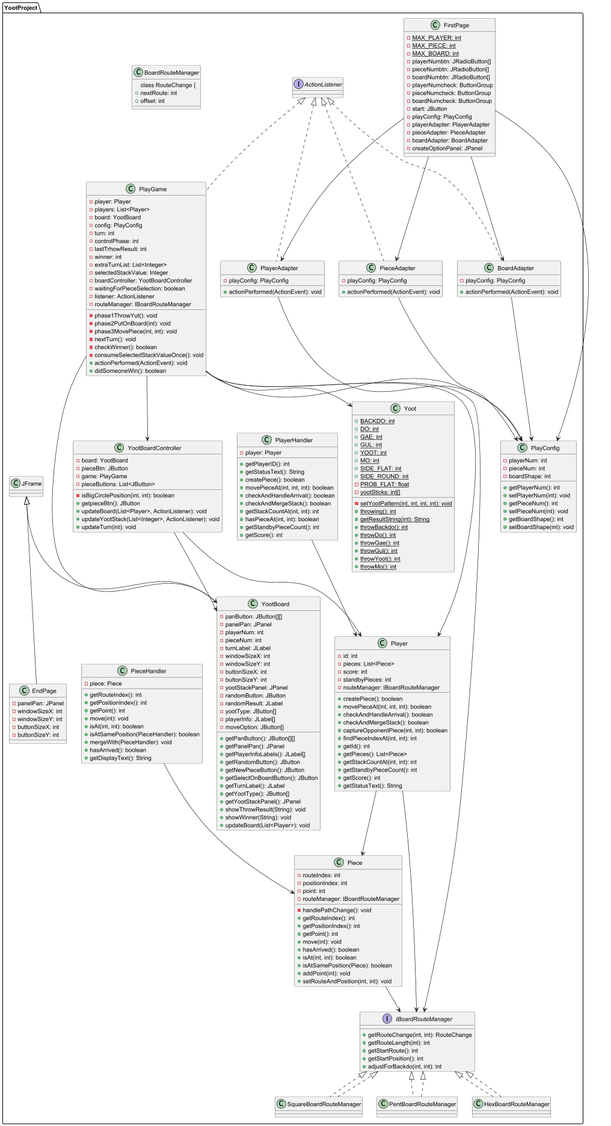
Before: doc/Diagram/Class_Diagram.png, a diagram exported from PlantUML (BigBeautifulM/SETermProject18). The source it was exported from:
```plantuml
@startuml

package YootProject {

  class FirstPage {
    - {static} MAX_PLAYER: int
    - {static} MAX_PIECE: int
    - {static} MAX_BOARD: int
    - playerNumbtn: JRadioButton[]
    - pieceNumbtn: JRadioButton[]
    - boardNumbtn: JRadioButton[]
    - playerNumcheck: ButtonGroup
    - pieceNumcheck: ButtonGroup
    - boardNumcheck: ButtonGroup
    - start: JButton
    - playConfig: PlayConfig
    - playerAdapter: PlayerAdapter
    - pieceAdapter: PieceAdapter
    - boardAdapter: BoardAdapter
    - createOptionPanel: JPanel
  }

  class PlayConfig {
    - playerNum: int
    - pieceNum: int
    - boardShape: int
    + getPlayerNum(): int
    + setPlayerNum(int): void
    + getPieceNum(): int
    + setPieceNum(int): void
    + getBoardShape(): int
    + setBoardShape(int): void
  }

  class PlayerAdapter implements ActionListener {
    - playConfig: PlayConfig
    + actionPerformed(ActionEvent): void
  }

  class PieceAdapter implements ActionListener {
    - playConfig: PlayConfig
    + actionPerformed(ActionEvent): void
  }

  class BoardAdapter implements ActionListener {
    - playConfig: PlayConfig
    + actionPerformed(ActionEvent): void
  }

  class PlayGame implements ActionListener {
    - player: Player
    - players: List<Player>
    - board: YootBoard
    - config: PlayConfig
    - turn: int
    - controlPhase: int
    - lastTrhowResult: int
    - winner: int
    - extraTurnList: List<Integer>
    - selectedStackValue: Integer
    - boardController: YootBoardController
    - waitingForPieceSelection: boolean
    - listener: ActionListener
    - routeManager: IBoardRouteManager
    - phase1ThrowYut(): void
    - phase2PutOnBoard(int): void
    - phase3MovePiece(int, int): void
    - nextTurn(): void
    - checkWinner(): boolean
    - consumeSelectedStackValueOnce(): void
    + actionPerformed(ActionEvent): void
    + didSomeoneWin(): boolean
  }

  interface IBoardRouteManager {
    + getRouteChange(int, int): RouteChange
    + getRouteLength(int): int
    + getStartRoute(): int
    + getStartPosition(): int
    + adjustForBackdo(int, int): int
  }

  class SquareBoardRouteManager implements IBoardRouteManager
  class PentBoardRouteManager implements IBoardRouteManager
  class HexBoardRouteManager implements IBoardRouteManager

  class Player {
    - id: int
    - pieces: List<Piece>
    - score: int
    - standbyPieces: int
    - routeManager: IBoardRouteManager
    + createPiece(): boolean
    + movePieceAt(int, int, int): boolean
    + checkAndHandleArrival(): boolean
    + checkAndMergeStack(): boolean
    + captureOpponentPiece(int, int): boolean
    + findPieceIndexAt(int, int): int
    + getId(): int
    + getPieces(): List<Piece>
    + getStackCountAt(int, int): int
    + getStandbyPieceCount(): int
    + getScore(): int
    + getStatusText(): String
  }

  class Piece {
    - routeIndex: int
    - positionIndex: int
    - point: int
    - routeManager: IBoardRouteManager
    - handlePathChange(): void
    + getRouteIndex(): int
    + getPositionIndex(): int
    + getPoint(): int
    + move(int): void
    + hasArrived(): boolean
    + isAt(int, int): boolean
    + isAtSamePosition(Piece): boolean
    + addPoint(int): void
    + setRouteAndPosition(int, int): void
  }

  class YootBoard extends JFrame {
    - panButton: JButton[][]
    - panelPan: JPanel
    - playerNum: int
    - pieceNum: int
    - turnLabel: JLabel
    - windowSizeX: int
    - windowSizeY: int
    - buttonSizeX: int
    - buttonSizeY: int
    - yootStackPanel: JPanel
    - randomButton: JButton
    - randomResult: JLabel
    - yootType: JButton[]
    - playerInfo: JLabel[]
    - moveOption: JButton[]
    + getPanButton(): JButton[][]
    + getPanelPan(): JPanel
    + getPlayerInfoLabels(): JLabel[]
    + getRandomButton(): JButton
    + getNewPieceButton(): JButton
    + getSelectOnBoardButton(): JButton
    + getTurnLabel(): JLabel
    + getYootType(): JButton[]
    + getYootStackPanel(): JPanel
    + showThrowResult(String): void
    + showWinner(String): void
    + updateBoard(List<Player>): void
  }

  class YootBoardController {
    - board: YootBoard
    - pieceBtn: JButton
    - game: PlayGame
    - pieceButtons: List<JButton>
    - isBigCirclePosition(int, int): boolean
    + getpieceBtn(): JButton
    + updateBoard(List<Player>, ActionListener): void
    + updateYootStack(List<Integer>, ActionListener): void
    + updateTurn(int): void
  }

  class EndPage extends JFrame{
    - panelPan: JPanel
    - windowSizeX: int
    - windowSizeY: int
    - buttonSizeX: int
    - buttonSizeY: int
  }

  class Yoot {
    + {static} BACKDO: int
    + {static} DO: int
    + {static} GAE: int
    + {static} GUL: int
    + {static} YOOT: int
    + {static} MO: int
    + {static} SIDE_FLAT: int
    + {static} SIDE_ROUND: int
    - {static} PROB_FLAT: float
    - {static} yootSticks: int[]
    - {static} setYootPattern(int, int, int, int): void
    + {static} throwing(): int
    + {static} getResultString(int): String
    + {static} throwBackdo(): int
    + {static} throwDo(): int
    + {static} throwGae(): int
    + {static} throwGul(): int
    + {static} throwYoot(): int
    + {static} throwMo(): int
  }

  class PieceHandler {
    - piece: Piece
    + getRouteIndex(): int
    + getPositionIndex(): int
    + getPoint(): int
    + move(int): void
    + isAt(int, int): boolean
    + isAtSamePosition(PieceHandler): boolean
    + mergeWith(PieceHandler): void
    + hasArrived(): boolean
    + getDisplayText(): String
  }

  class PlayerHandler {
    - player: Player
    + getPlayerID(): int
    + getStatusText(): String
    + createPiece(): boolean
    + movePieceAt(int, int, int): boolean
    + checkAndHandleArrival(): boolean
    + checkAndMergeStack(): boolean
    + getStackCountAt(int, int): int
    + hasPieceAt(int, int): boolean
    + getStandbyPieceCount(): int
    + getScore(): int
  }

  class BoardRouteManager {
    class RouteChange {
      + nextRoute: int
      + offset: int
    }
  }

  FirstPage --> PlayConfig
  FirstPage --> PlayerAdapter
  FirstPage --> PieceAdapter
  FirstPage --> BoardAdapter

  PlayerAdapter --> PlayConfig
  PieceAdapter --> PlayConfig
  BoardAdapter --> PlayConfig

  PlayGame --> PlayConfig
  PlayGame --> Player
  PlayGame --> YootBoard
  PlayGame --> YootBoardController
  PlayGame --> IBoardRouteManager

  Player --> Piece
  Player --> IBoardRouteManager

  Piece --> IBoardRouteManager

  PlayGame --> Yoot
  YootBoardController --> YootBoard
  YootBoardController --> Player

  PieceHandler --> Piece
  PlayerHandler --> Player

  SquareBoardRouteManager ..|> IBoardRouteManager
  PentBoardRouteManager ..|> IBoardRouteManager
  HexBoardRouteManager ..|> IBoardRouteManager
}

@enduml
```
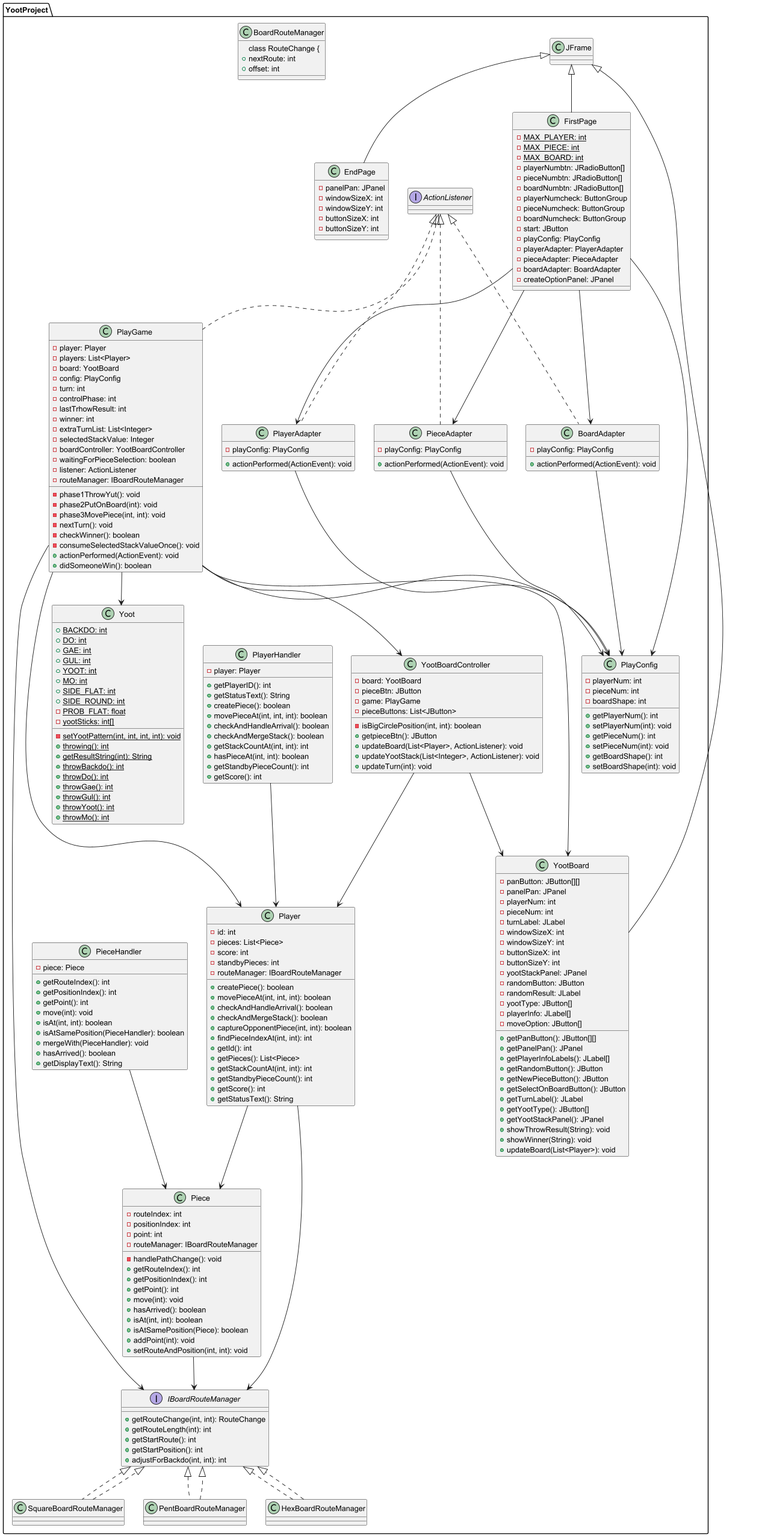
Above is the later version.

Commit message:
class diagram modified

Diff of the diagram source:
```diff
@@ -2,7 +2,7 @@
 
 package YootProject {
 
-  class FirstPage {
+  class FirstPage extends JFrame {
     - {static} MAX_PLAYER: int
     - {static} MAX_PIECE: int
     - {static} MAX_BOARD: int
```
